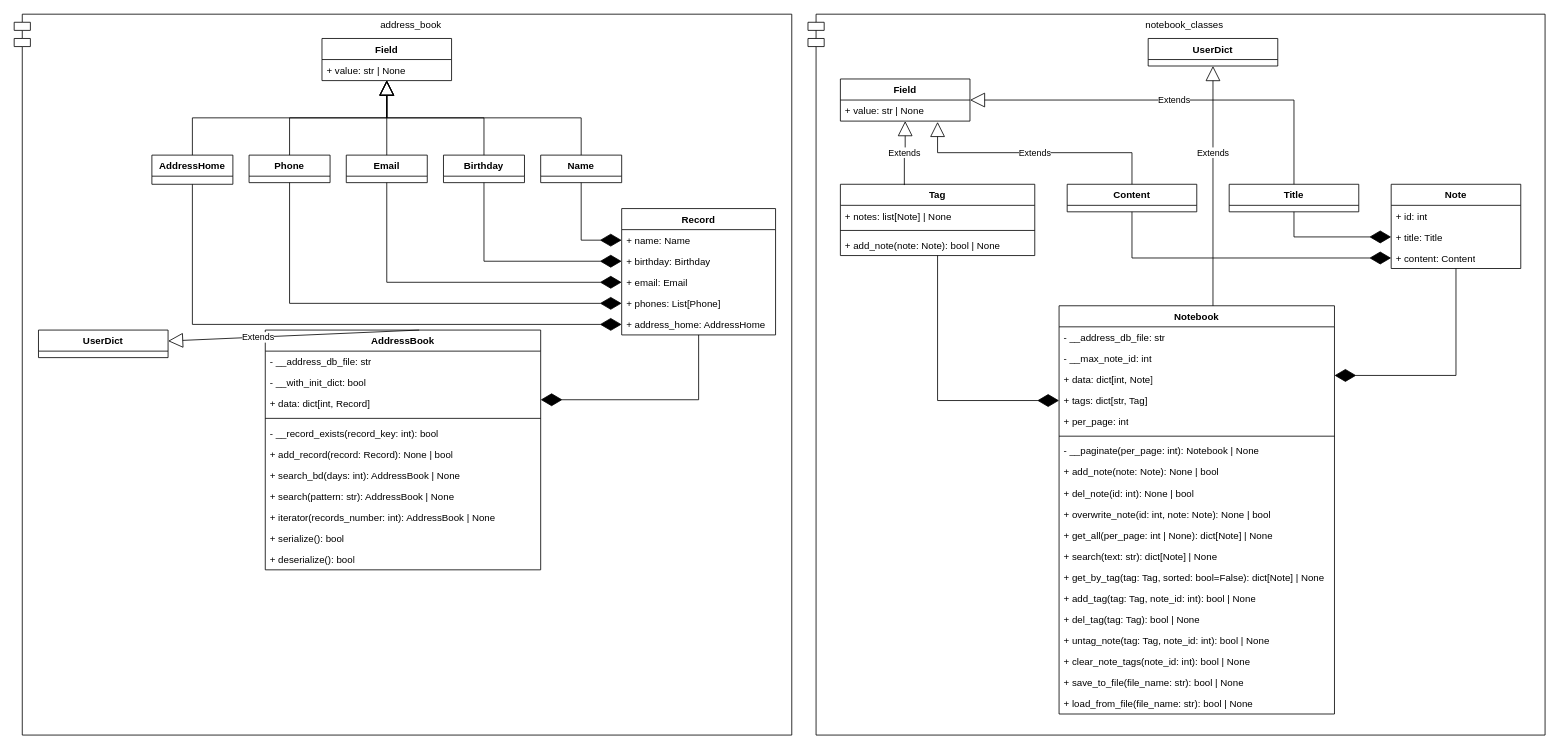
This is The S.O.F.T.drawio from oleverse/uml, a draw.io file, before an edit. Source tidied: cells renumbered, new cells numbered last; positions are measured from the earlier drawing's top-left corner, leaving out a move shared by most shapes. Both pictures are drawn from the tidied source at 81%, with x=0, y=0 at pixel (14, 14).
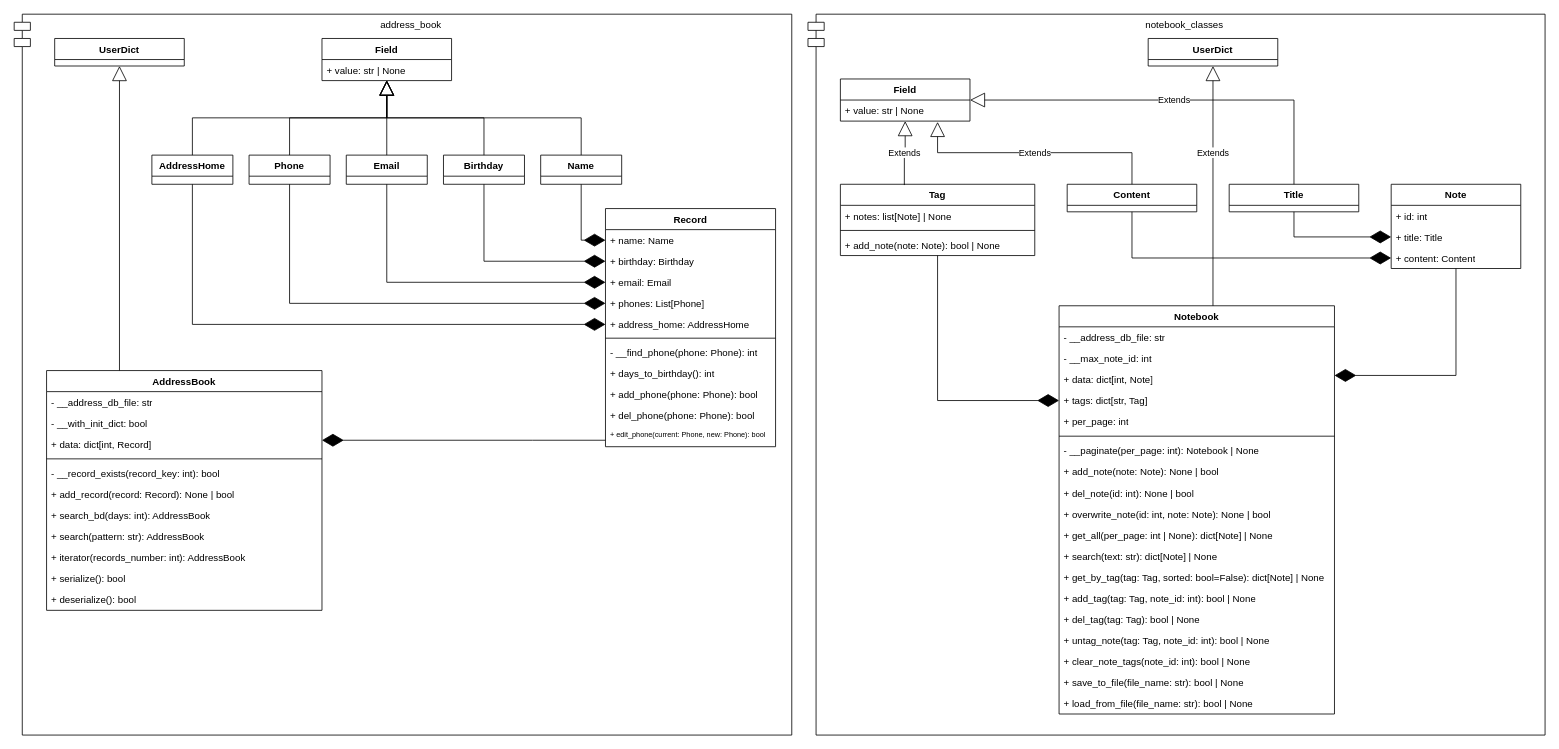
The same page after the edit.

Commit message:
Record class

The change refers to these unchanged cells:
```xml
<mxCell id="55" value="+ data: dict[int, Record]" style="text;strokeColor=none;fillColor=none;align=left;verticalAlign=top;spacingLeft=4;spacingRight=4;overflow=hidden;points=[[0,0.5],[1,0.5]];portConstraint=eastwest;whiteSpace=wrap;html=1;" parent="52" vertex="1">
  <mxGeometry y="78" width="340" height="26" as="geometry" />
</mxCell>
```

The edit, as a diff of the source:
```diff
@@
-    <mxCell id="45" value="address_book" style="shape=module;align=left;spacingLeft=20;align=center;verticalAlign=top;whiteSpace=wrap;html=1;" parent="1" vertex="1">
+    <mxCell id="45" value="address_book" style="shape=module;align=left;spacingLeft=20;align=center;verticalAlign=top;whiteSpace=wrap;html=1;fillColor=default;" parent="1" vertex="1">
       <mxGeometry width="960" height="890" as="geometry" />
     </mxCell>
     <mxCell id="46" value="Record" style="swimlane;fontStyle=1;align=center;verticalAlign=top;horizontal=1;startSize=26;whiteSpace=wrap;html=1;" parent="1" vertex="1">
-      <mxGeometry x="750" y="240" width="190" height="156" as="geometry" />
+      <mxGeometry x="730" y="240" width="210" height="294" as="geometry" />
     </mxCell>
     <mxCell id="47" value="&lt;div&gt;+ name: Name&lt;/div&gt;" style="text;strokeColor=none;fillColor=none;align=left;verticalAlign=top;spacingLeft=4;spacingRight=4;overflow=hidden;points=[[0,0.5],[1,0.5]];portConstraint=eastwest;whiteSpace=wrap;html=1;" parent="46" vertex="1">
-      <mxGeometry y="26" width="190" height="26" as="geometry" />
+      <mxGeometry y="26" width="210" height="26" as="geometry" />
     </mxCell>
     <mxCell id="48" value="&lt;div&gt;+ birthday: Birthday&lt;br&gt;&lt;/div&gt;" style="text;strokeColor=none;fillColor=none;align=left;verticalAlign=top;spacingLeft=4;spacingRight=4;overflow=hidden;points=[[0,0.5],[1,0.5]];portConstraint=eastwest;whiteSpace=wrap;html=1;" parent="46" vertex="1">
-      <mxGeometry y="52" width="190" height="26" as="geometry" />
+      <mxGeometry y="52" width="210" height="26" as="geometry" />
     </mxCell>
     <mxCell id="49" value="+ email: Email" style="text;strokeColor=none;fillColor=none;align=left;verticalAlign=top;spacingLeft=4;spacingRight=4;overflow=hidden;points=[[0,0.5],[1,0.5]];portConstraint=eastwest;whiteSpace=wrap;html=1;" parent="46" vertex="1">
-      <mxGeometry y="78" width="190" height="26" as="geometry" />
+      <mxGeometry y="78" width="210" height="26" as="geometry" />
     </mxCell>
     <mxCell id="50" value="+ phones: List[Phone]" style="text;strokeColor=none;fillColor=none;align=left;verticalAlign=top;spacingLeft=4;spacingRight=4;overflow=hidden;points=[[0,0.5],[1,0.5]];portConstraint=eastwest;whiteSpace=wrap;html=1;" parent="46" vertex="1">
-      <mxGeometry y="104" width="190" height="26" as="geometry" />
+      <mxGeometry y="104" width="210" height="26" as="geometry" />
     </mxCell>
     <mxCell id="51" value="+ address_home: AddressHome" style="text;strokeColor=none;fillColor=none;align=left;verticalAlign=top;spacingLeft=4;spacingRight=4;overflow=hidden;points=[[0,0.5],[1,0.5]];portConstraint=eastwest;whiteSpace=wrap;html=1;" parent="46" vertex="1">
-      <mxGeometry y="130" width="190" height="26" as="geometry" />
+      <mxGeometry y="130" width="210" height="26" as="geometry" />
     </mxCell>
+    <mxCell id="84" style="line;strokeWidth=1;fillColor=none;align=left;verticalAlign=middle;spacingTop=-1;spacingLeft=3;spacingRight=3;labelPosition=right;strokeColor=inherit;" parent="46" vertex="1">
+      <mxGeometry y="156" width="210" height="8" as="geometry" />
+    </mxCell>
+    <mxCell id="85" value="- __find_phone(phone: Phone): int" style="text;strokeColor=none;fillColor=none;align=left;verticalAlign=top;spacingLeft=4;spacingRight=4;overflow=hidden;whiteSpace=wrap;html=1;" parent="46" vertex="1">
+      <mxGeometry y="164" width="210" height="26" as="geometry" />
+    </mxCell>
+    <mxCell id="86" value="+ days_to_birthday(): int" style="text;strokeColor=none;fillColor=none;align=left;verticalAlign=top;spacingLeft=4;spacingRight=4;overflow=hidden;whiteSpace=wrap;html=1;" parent="46" vertex="1">
+      <mxGeometry y="190" width="210" height="26" as="geometry" />
+    </mxCell>
+    <mxCell id="87" value="+ add_phone(phone: Phone): bool" style="text;strokeColor=none;fillColor=none;align=left;verticalAlign=top;spacingLeft=4;spacingRight=4;overflow=hidden;whiteSpace=wrap;html=1;" parent="46" vertex="1">
+      <mxGeometry y="216" width="210" height="26" as="geometry" />
+    </mxCell>
+    <mxCell id="88" value="+ del_phone(phone: Phone): bool" style="text;strokeColor=none;fillColor=none;align=left;verticalAlign=top;spacingLeft=4;spacingRight=4;overflow=hidden;whiteSpace=wrap;html=1;" parent="46" vertex="1">
+      <mxGeometry y="242" width="210" height="26" as="geometry" />
+    </mxCell>
+    <mxCell id="89" value="+ edit_phone(current: Phone, new: Phone): bool" style="text;strokeColor=none;fillColor=none;align=left;verticalAlign=top;spacingLeft=4;spacingRight=4;overflow=hidden;whiteSpace=wrap;html=1;fontSize=9;" parent="46" vertex="1">
+      <mxGeometry y="268" width="210" height="26" as="geometry" />
+    </mxCell>
     <mxCell id="52" value="AddressBook" style="swimlane;fontStyle=1;align=center;verticalAlign=top;horizontal=1;startSize=26;whiteSpace=wrap;html=1;" parent="1" vertex="1">
-      <mxGeometry x="310" y="390" width="340" height="296" as="geometry" />
+      <mxGeometry x="40" y="440" width="340" height="296" as="geometry" />
     </mxCell>
@@
-    <mxCell id="59" value="+ search_bd(days: int): AddressBook | None" style="text;strokeColor=none;fillColor=none;align=left;verticalAlign=top;spacingLeft=4;spacingRight=4;overflow=hidden;whiteSpace=wrap;html=1;" parent="52" vertex="1">
+    <mxCell id="59" value="&lt;div&gt;+ search_bd(days: int): AddressBook&lt;/div&gt;" style="text;strokeColor=none;fillColor=none;align=left;verticalAlign=top;spacingLeft=4;spacingRight=4;overflow=hidden;whiteSpace=wrap;html=1;" parent="52" vertex="1">
       <mxGeometry y="166" width="340" height="26" as="geometry" />
     </mxCell>
-    <mxCell id="60" value="+ search(pattern: str): AddressBook | None" style="text;strokeColor=none;fillColor=none;align=left;verticalAlign=top;spacingLeft=4;spacingRight=4;overflow=hidden;whiteSpace=wrap;html=1;" parent="52" vertex="1">
+    <mxCell id="60" value="+ search(pattern: str): AddressBook" style="text;strokeColor=none;fillColor=none;align=left;verticalAlign=top;spacingLeft=4;spacingRight=4;overflow=hidden;whiteSpace=wrap;html=1;" parent="52" vertex="1">
       <mxGeometry y="192" width="340" height="26" as="geometry" />
     </mxCell>
-    <mxCell id="61" value="+ iterator(records_number: int): AddressBook | None" style="text;strokeColor=none;fillColor=none;align=left;verticalAlign=top;spacingLeft=4;spacingRight=4;overflow=hidden;whiteSpace=wrap;html=1;" parent="52" vertex="1">
+    <mxCell id="61" value="+ iterator(records_number: int): AddressBook" style="text;strokeColor=none;fillColor=none;align=left;verticalAlign=top;spacingLeft=4;spacingRight=4;overflow=hidden;whiteSpace=wrap;html=1;" parent="52" vertex="1">
       <mxGeometry y="218" width="340" height="26" as="geometry" />
     </mxCell>
@@
     <mxCell id="67" value="Name" style="swimlane;fontStyle=1;align=center;verticalAlign=top;horizontal=1;startSize=26;whiteSpace=wrap;html=1;" parent="1" vertex="1">
-      <mxGeometry x="650" y="174" width="100" height="34" as="geometry" />
+      <mxGeometry x="650" y="174" width="100" height="36" as="geometry" />
     </mxCell>
@@
     <mxCell id="70" value="Phone" style="swimlane;fontStyle=1;align=center;verticalAlign=top;horizontal=1;startSize=26;whiteSpace=wrap;html=1;" parent="1" vertex="1">
-      <mxGeometry x="290" y="174" width="100" height="34" as="geometry" />
+      <mxGeometry x="290" y="174" width="100" height="36" as="geometry" />
     </mxCell>
@@
     <mxCell id="74" style="endArrow=diamondThin;endFill=1;endSize=24;html=1;rounded=0;edgeStyle=orthogonalEdgeStyle;entryX=1;entryY=0.308;entryDx=0;entryDy=0;entryPerimeter=0;" parent="1" edge="1" source="46" target="55">
-      <mxGeometry relative="1" as="geometry" />
+      <mxGeometry relative="1" as="geometry">
+        <Array as="points">
+          <mxPoint x="640" y="526" />
+          <mxPoint x="640" y="526" />
+        </Array>
+      </mxGeometry>
     </mxCell>
     <mxCell id="75" value="&lt;div&gt;UserDict&lt;/div&gt;" style="swimlane;fontStyle=1;align=center;verticalAlign=top;horizontal=1;startSize=26;whiteSpace=wrap;html=1;" parent="1" vertex="1">
-      <mxGeometry x="30" y="390" width="160" height="34" as="geometry" />
+      <mxGeometry x="50" y="30" width="160" height="34" as="geometry" />
     </mxCell>
-    <mxCell id="76" value="Extends" style="endArrow=block;endSize=16;endFill=0;html=1;rounded=0;orthogonal=0;noJump=0;" parent="1" edge="1" target="75">
+    <mxCell id="76" style="endArrow=block;endSize=16;endFill=0;html=1;rounded=0;orthogonal=0;noJump=0;" parent="1" edge="1" target="75">
       <mxGeometry x="0.28" relative="1" as="geometry">
-        <mxPoint x="500" y="390" as="sourcePoint" />
+        <mxPoint x="130" y="440" as="sourcePoint" />
       </mxGeometry>
     </mxCell>
     <mxCell id="77" value="Birthday" style="swimlane;fontStyle=1;align=center;verticalAlign=top;horizontal=1;startSize=26;whiteSpace=wrap;html=1;" parent="1" vertex="1">
-      <mxGeometry x="530" y="174" width="100" height="34" as="geometry" />
+      <mxGeometry x="530" y="174" width="100" height="36" as="geometry" />
     </mxCell>
@@
     <mxCell id="80" value="Email" style="swimlane;fontStyle=1;align=center;verticalAlign=top;horizontal=1;startSize=26;whiteSpace=wrap;html=1;" parent="1" vertex="1">
-      <mxGeometry x="410" y="174" width="100" height="34" as="geometry" />
+      <mxGeometry x="410" y="174" width="100" height="36" as="geometry" />
     </mxCell>
```
